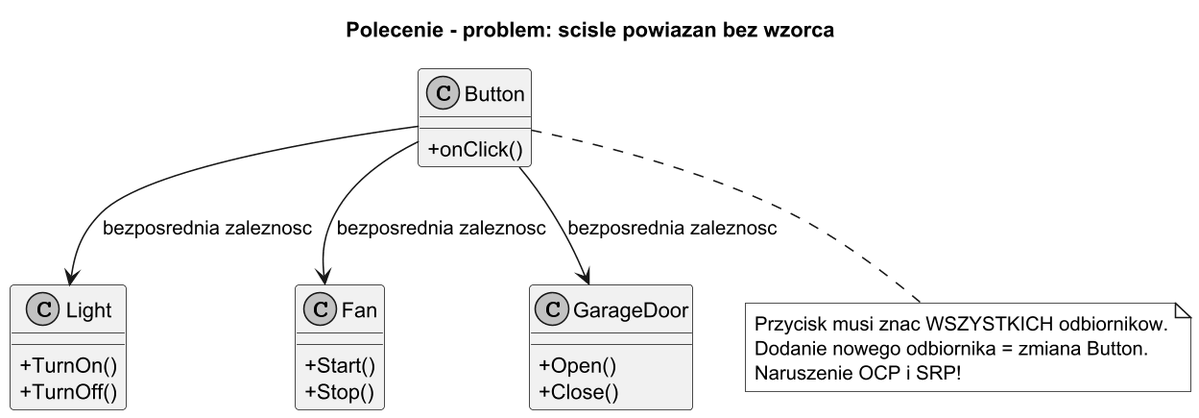
tborzyszkowski/DesignPatterns keeps this PlantUML diagram as src/14-polecenie/01-idea-i-kontekst/diagrams/command_problem.png. Above is the earlier version. The source it was exported from:
```plantuml
@startuml command_problem
title Polecenie - problem: scisle powiazan bez wzorca

skinparam monochrome true
skinparam dpi 150
skinparam classAttributeIconSize 0

class Button {
    + onClick()
}

class Light {
    + TurnOn()
    + TurnOff()
}

class Fan {
    + Start()
    + Stop()
}

class GarageDoor {
    + Open()
    + Close()
}

Button --> Light : bezposrednia zaleznosc
Button --> Fan : bezposrednia zaleznosc
Button --> GarageDoor : bezposrednia zaleznosc

note bottom of Button
  Przycisk musi znac WSZYSTKICH odbiornikow.
  Dodanie nowego odbiornika = zmiana Button.
  Naruszenie OCP i SRP!
end note

@enduml
```
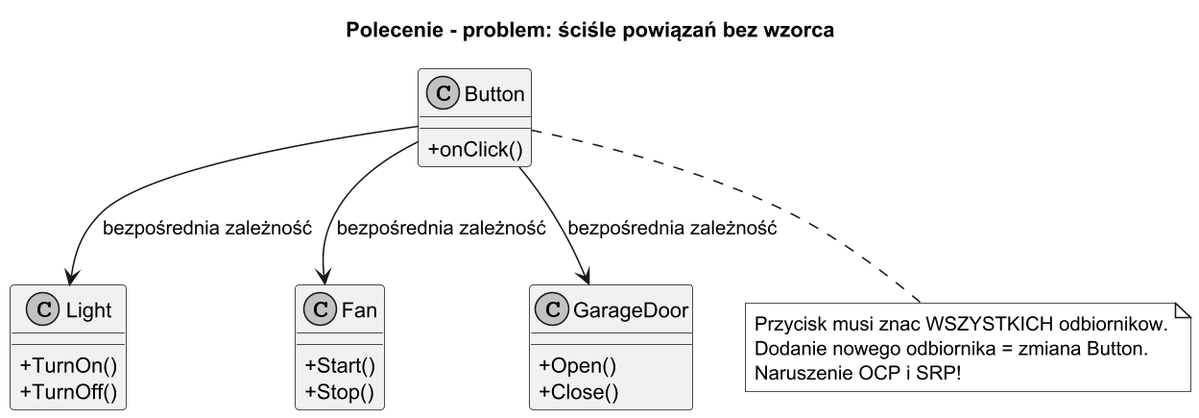
After the commit.

What changed in the source:
```diff
@@ -1,5 +1,5 @@
 @startuml command_problem
-title Polecenie - problem: scisle powiazan bez wzorca
+title Polecenie - problem: ściśle powiązań bez wzorca
 
 skinparam monochrome true
 skinparam dpi 150
@@ -24,9 +24,9 @@
     + Close()
 }
 
-Button --> Light : bezposrednia zaleznosc
-Button --> Fan : bezposrednia zaleznosc
-Button --> GarageDoor : bezposrednia zaleznosc
+Button --> Light : bezpośrednia zależność
+Button --> Fan : bezpośrednia zależność
+Button --> GarageDoor : bezpośrednia zależność
 
 note bottom of Button
   Przycisk musi znac WSZYSTKICH odbiornikow.
```
